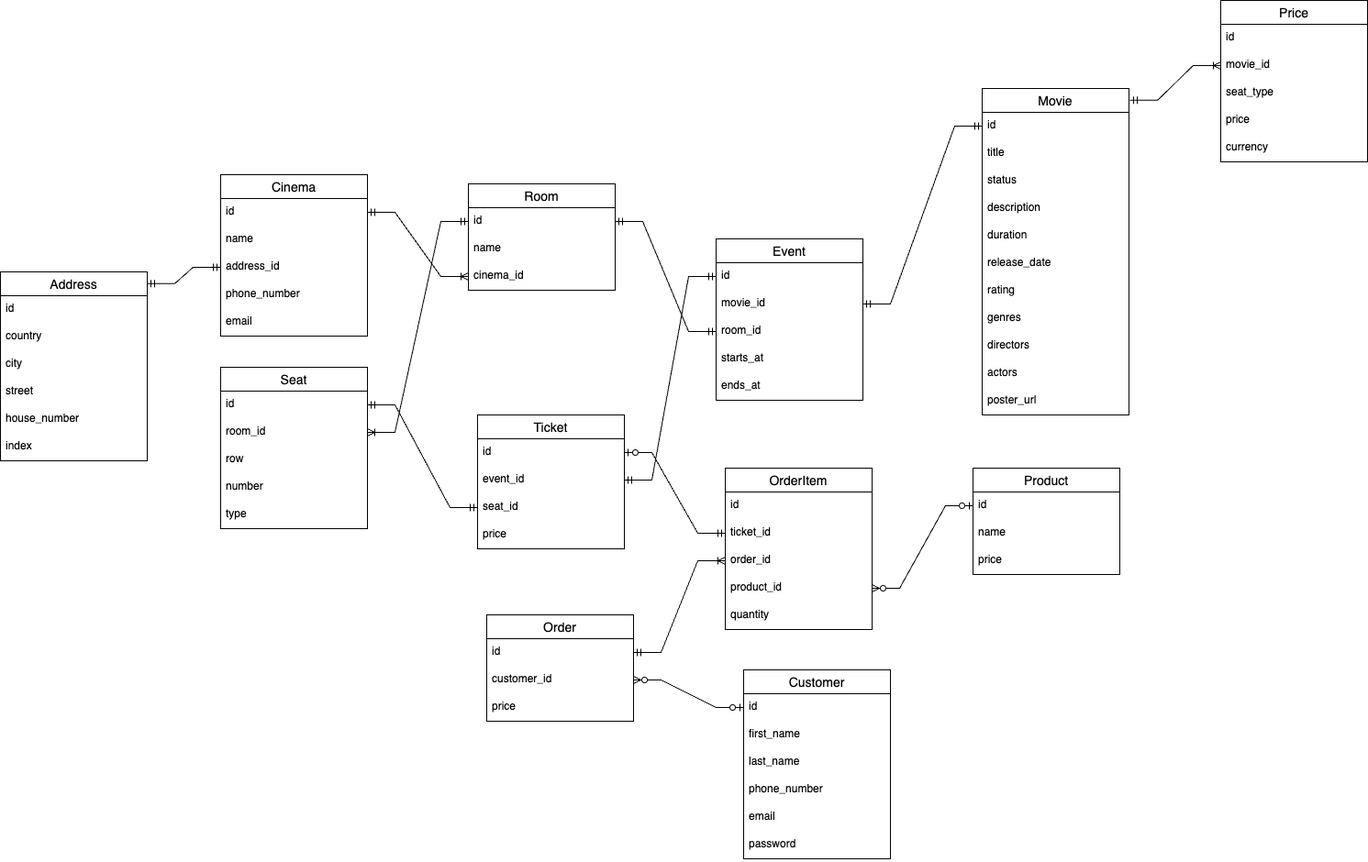
The draw.io diagram databases/year-2/semester-1/course-work/er-diagram.png in doichev-kostia/kpi, before a commit. Source tidied: cells renumbered, new cells last; positions are measured from the earlier drawing's top-left corner, leaving out a move shared by most shapes.
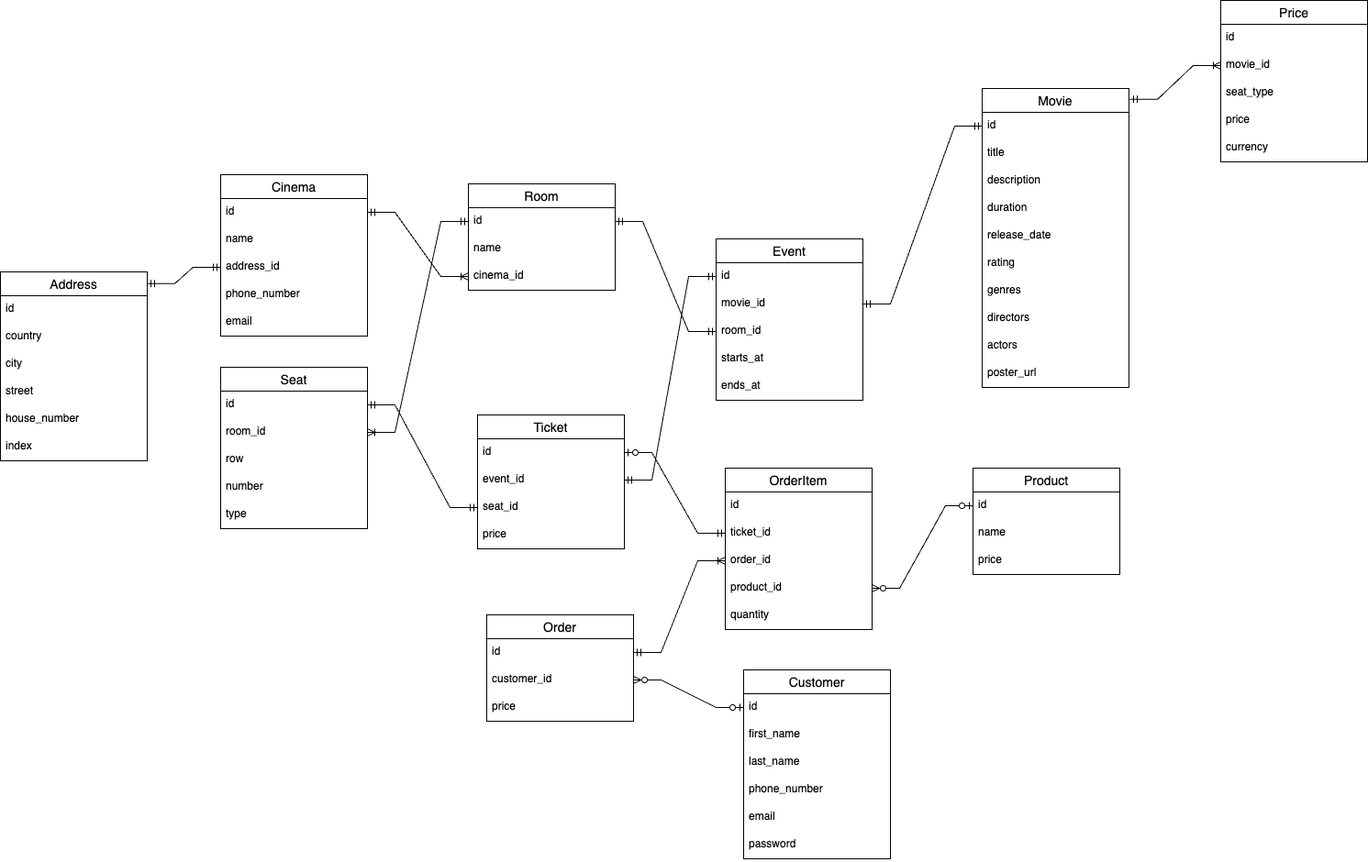
After the commit.

The edit, as a diff of the source:
```diff
@@ -3,7 +3,7 @@
     <mxCell id="0" />
     <mxCell id="1" parent="0" />
     <mxCell id="2" value="Movie" style="swimlane;fontStyle=0;horizontal=1;startSize=26;align=center;fontSize=14;" parent="1" vertex="1">
-      <mxGeometry x="1070" y="96" width="160" height="356" as="geometry" />
+      <mxGeometry x="1070" y="96" width="160" height="326" as="geometry" />
     </mxCell>
     <mxCell id="3" value="id      " style="text;strokeColor=none;fillColor=none;spacingLeft=4;spacingRight=4;overflow=hidden;points=[[0,0.5],[1,0.5]];portConstraint=eastwest;fontSize=12;" parent="2" vertex="1">
       <mxGeometry y="26" width="160" height="30" as="geometry" />
@@ -11,32 +11,29 @@
     <mxCell id="4" value="title" style="text;strokeColor=none;fillColor=none;spacingLeft=4;spacingRight=4;overflow=hidden;fontSize=12;" parent="2" vertex="1">
       <mxGeometry y="56" width="160" height="30" as="geometry" />
     </mxCell>
-    <mxCell id="5" value="status" style="text;strokeColor=none;fillColor=none;spacingLeft=4;spacingRight=4;overflow=hidden;fontSize=12;" parent="2" vertex="1">
-      <mxGeometry y="86" width="160" height="30" as="geometry" />
-    </mxCell>
     <mxCell id="6" value="description" style="text;strokeColor=none;fillColor=none;spacingLeft=4;spacingRight=4;overflow=hidden;fontSize=12;" parent="2" vertex="1">
-      <mxGeometry y="116" width="160" height="30" as="geometry" />
+      <mxGeometry y="86" width="160" height="30" as="geometry" />
     </mxCell>
     <mxCell id="7" value="duration" style="text;strokeColor=none;fillColor=none;spacingLeft=4;spacingRight=4;overflow=hidden;fontSize=12;" parent="2" vertex="1">
-      <mxGeometry y="146" width="160" height="30" as="geometry" />
+      <mxGeometry y="116" width="160" height="30" as="geometry" />
     </mxCell>
     <mxCell id="8" value="release_date" style="text;strokeColor=none;fillColor=none;spacingLeft=4;spacingRight=4;overflow=hidden;fontSize=12;" parent="2" vertex="1">
-      <mxGeometry y="176" width="160" height="30" as="geometry" />
+      <mxGeometry y="146" width="160" height="30" as="geometry" />
     </mxCell>
     <mxCell id="9" value="rating" style="text;strokeColor=none;fillColor=none;spacingLeft=4;spacingRight=4;overflow=hidden;fontSize=12;" parent="2" vertex="1">
-      <mxGeometry y="206" width="160" height="30" as="geometry" />
+      <mxGeometry y="176" width="160" height="30" as="geometry" />
     </mxCell>
     <mxCell id="10" value="genres" style="text;strokeColor=none;fillColor=none;spacingLeft=4;spacingRight=4;overflow=hidden;fontSize=12;" parent="2" vertex="1">
-      <mxGeometry y="236" width="160" height="30" as="geometry" />
+      <mxGeometry y="206" width="160" height="30" as="geometry" />
     </mxCell>
     <mxCell id="11" value="directors" style="text;strokeColor=none;fillColor=none;spacingLeft=4;spacingRight=4;overflow=hidden;fontSize=12;" parent="2" vertex="1">
-      <mxGeometry y="266" width="160" height="30" as="geometry" />
+      <mxGeometry y="236" width="160" height="30" as="geometry" />
     </mxCell>
     <mxCell id="12" value="actors" style="text;strokeColor=none;fillColor=none;spacingLeft=4;spacingRight=4;overflow=hidden;fontSize=12;" parent="2" vertex="1">
-      <mxGeometry y="296" width="160" height="30" as="geometry" />
+      <mxGeometry y="266" width="160" height="30" as="geometry" />
     </mxCell>
     <mxCell id="13" value="poster_url" style="text;strokeColor=none;fillColor=none;spacingLeft=4;spacingRight=4;overflow=hidden;fontSize=12;" parent="2" vertex="1">
-      <mxGeometry y="326" width="160" height="30" as="geometry" />
+      <mxGeometry y="296" width="160" height="30" as="geometry" />
     </mxCell>
     <mxCell id="14" value="Price" style="swimlane;fontStyle=0;horizontal=1;startSize=26;align=center;fontSize=14;" parent="1" vertex="1">
       <mxGeometry x="1330" width="160" height="176" as="geometry" />
```
